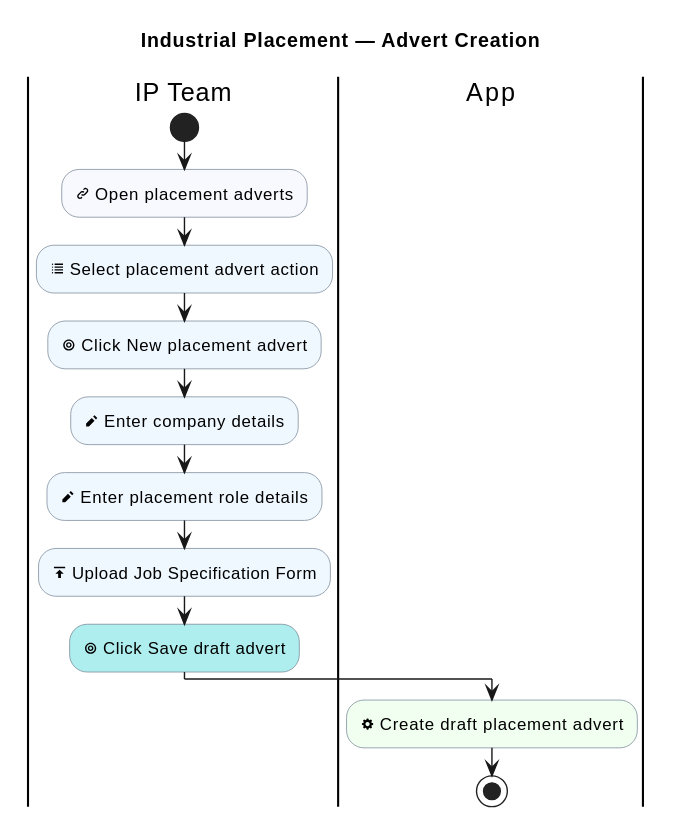
Before: industrial-placement-group-project/diagrams/industrial-placement/advert-creation.svg, a diagram exported from PlantUML (sdflkjssl/sdflkjssl.github.io).
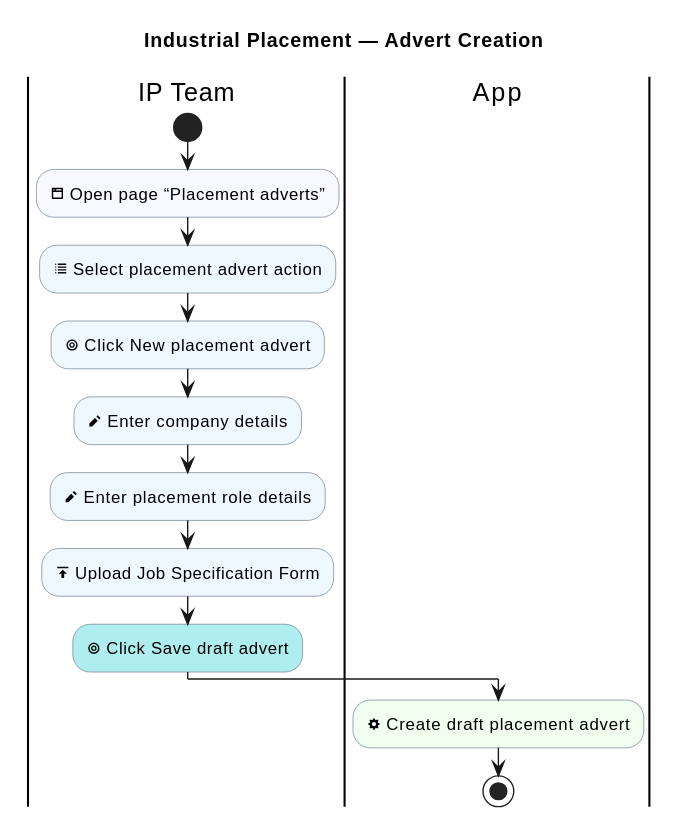
Later version of the same file.

Change to the diagram source:
```diff
@@ -12,7 +12,7 @@
 
 |IP Team|
 start
-:<&link-intact> Open placement adverts; <<#GhostWhite>>
+:<&browser> Open page “Placement adverts”; <<#GhostWhite>>
 :<&list> Select placement advert action; <<#AliceBlue>>
 :<&target> Click New placement advert; <<#AliceBlue>>
 :<&pencil> Enter company details; <<#AliceBlue>>
```
